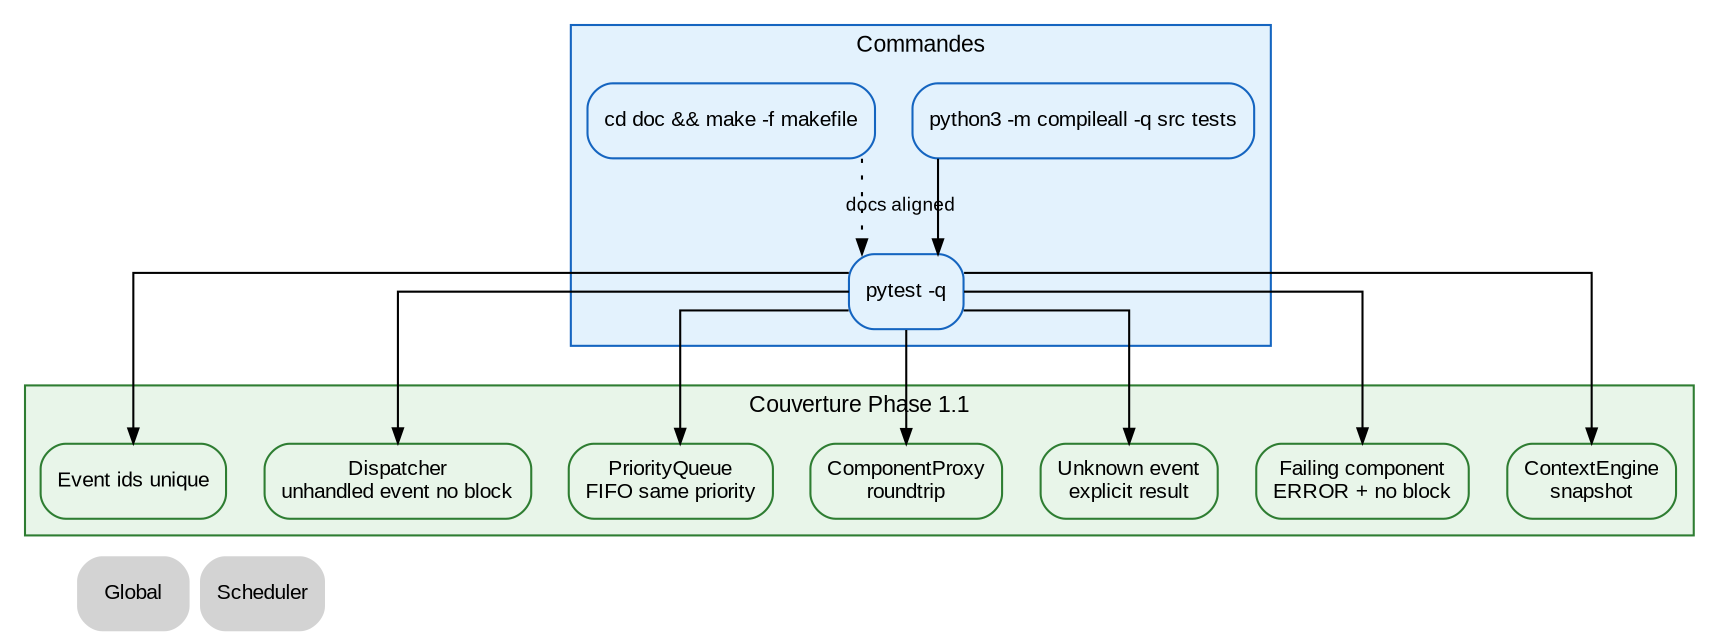
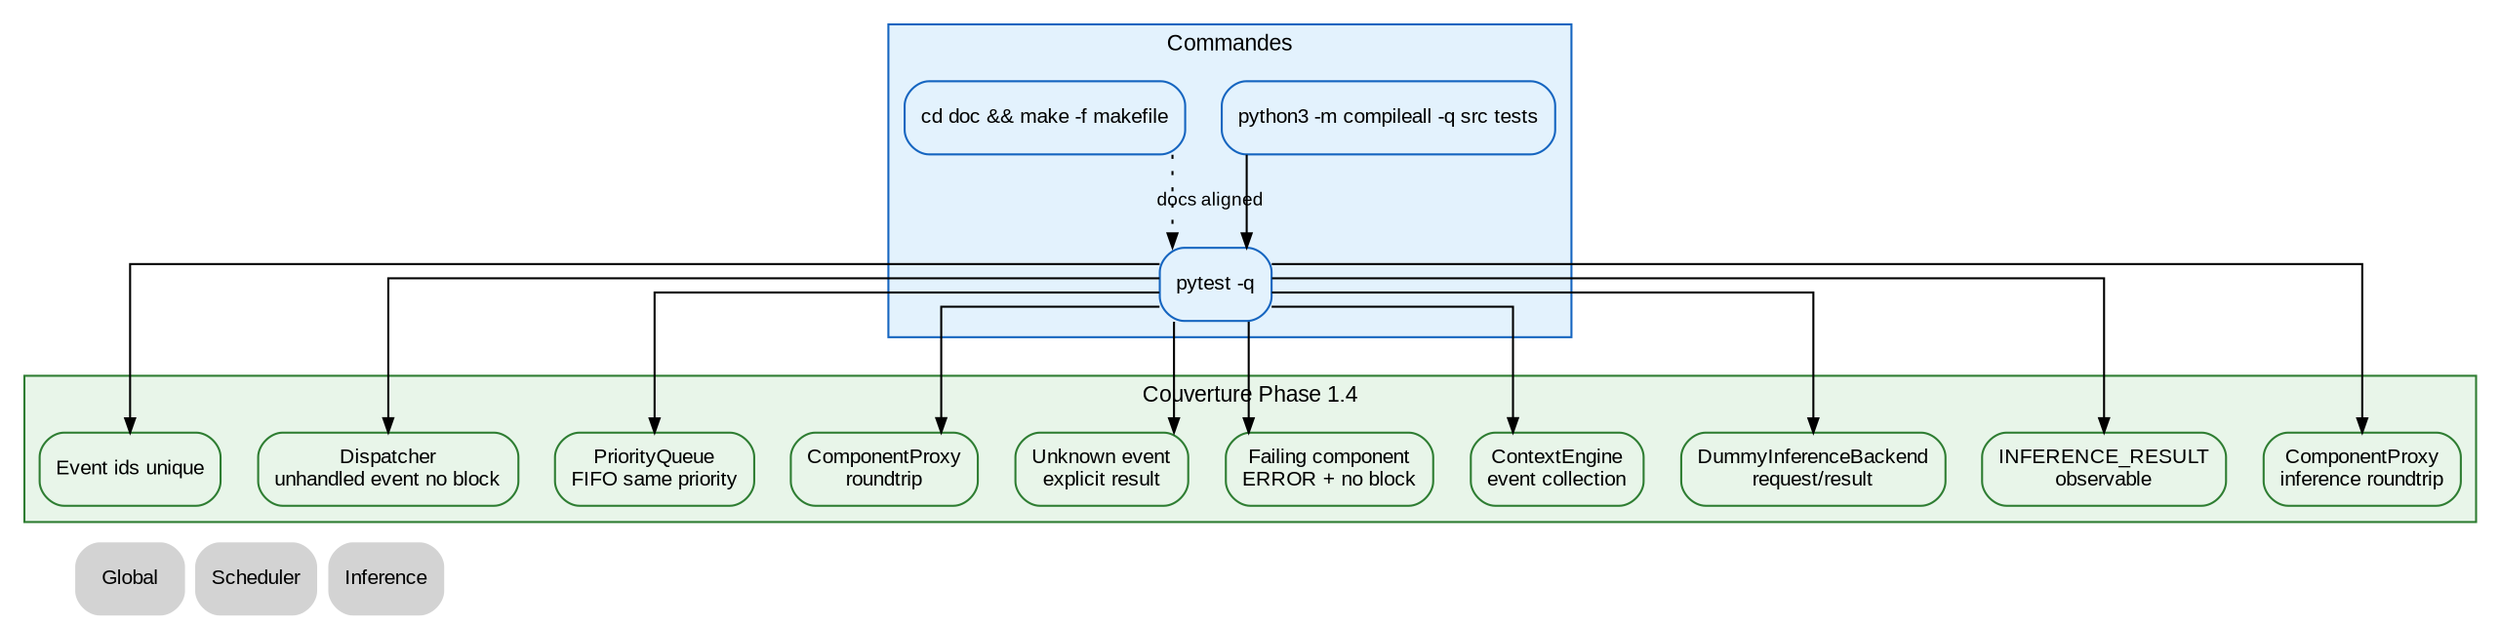
digraph Tests {
    rankdir=TB;
    splines=ortho;

    graph [fontname="Arial", fontsize=11];
-     node  [shape=box, style="rounded,filled", fontname="Arial", fontsize=10];
-     edge  [fontname="Arial", fontsize=9, arrowsize=0.7];
+     node [shape=box, style="rounded,filled", fontname="Arial", fontsize=10];
+     edge [fontname="Arial", fontsize=9, arrowsize=0.7];
+ 
+     // ROADMAP_NOTE[phase1_4]:
+     // La couverture ajoute le chemin DummyInferenceBackend afin de tester le
+     // contrat d'inférence avant l'intégration OpenVINO.

    subgraph cluster_commands {
        label="Commandes";
        color="#1565c0";
        bgcolor="#e3f2fd";
        node [fillcolor="#e3f2fd", color="#1565c0"];
        Compile [label="python3 -m compileall -q src tests"];
        Pytest [label="pytest -q"];
        Dot [label="cd doc && make -f makefile"];
    }

    subgraph cluster_coverage {
-         label="Couverture Phase 1.1";
+         label="Couverture Phase 1.4";
        color="#2e7d32";
        bgcolor="#e8f5e9";
        node [fillcolor="#e8f5e9", color="#2e7d32"];
        EventIds [label="Event ids unique"];
        Dispatcher [label="Dispatcher\nunhandled event no block"];
        Queue [label="PriorityQueue\nFIFO same priority"];
        Proxy [label="ComponentProxy\nroundtrip"];
        Unknown [label="Unknown event\nexplicit result"];
        Failure [label="Failing component\nERROR + no block"];
-         Context [label="ContextEngine\nsnapshot"];
+         Context [label="ContextEngine\nevent collection"];
+         Inference [label="DummyInferenceBackend\nrequest/result"];
+         InferenceObs [label="INFERENCE_RESULT\nobservable"];
+         InferenceProxy [label="ComponentProxy\ninference roundtrip"];
    }

    Compile -> Pytest;
    Pytest -> EventIds;
    Pytest -> Dispatcher;
    Pytest -> Queue;
    Pytest -> Proxy;
    Pytest -> Unknown;
    Pytest -> Failure;
    Pytest -> Context;
+     Pytest -> Inference;
+     Pytest -> InferenceObs;
+     Pytest -> InferenceProxy;
    Dot -> Pytest [style=dotted, label="docs aligned"];

    Nav_Global [label="Global", shape=plaintext, URL="../00_global.svg"];
    Nav_Scheduler [label="Scheduler", shape=plaintext, URL="../scheduler/10_scheduler.svg"];
-     { rank=sink; Nav_Global; Nav_Scheduler; }
+     Nav_Inference [label="Inference", shape=plaintext, URL="../inference/40_inference.svg"];
+ 
+     { rank=sink; Nav_Global; Nav_Scheduler; Nav_Inference; }
}
